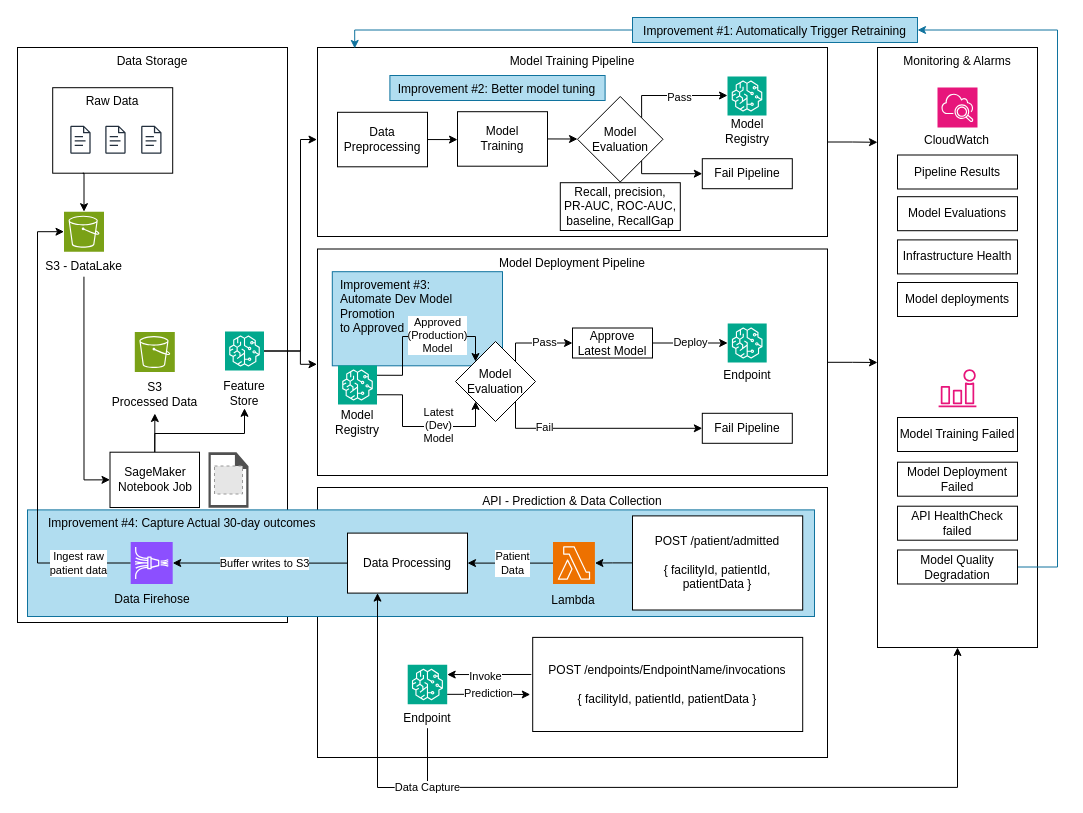
Earlier version of the draw.io diagram System-Architecture.drawio (Group5-AAI540-MachineLearningOperations/diabetes-readmission-prediction). Source tidied: cells renumbered, new cells numbered last; positions are measured from the earlier drawing's top-left corner, leaving out a move shared by most shapes. Both pictures are drawn from the tidied source at 100%, with x=0, y=0 at pixel (17, 17). Pictures stored in the file or linked from it are replaced by grey dashed boxes.
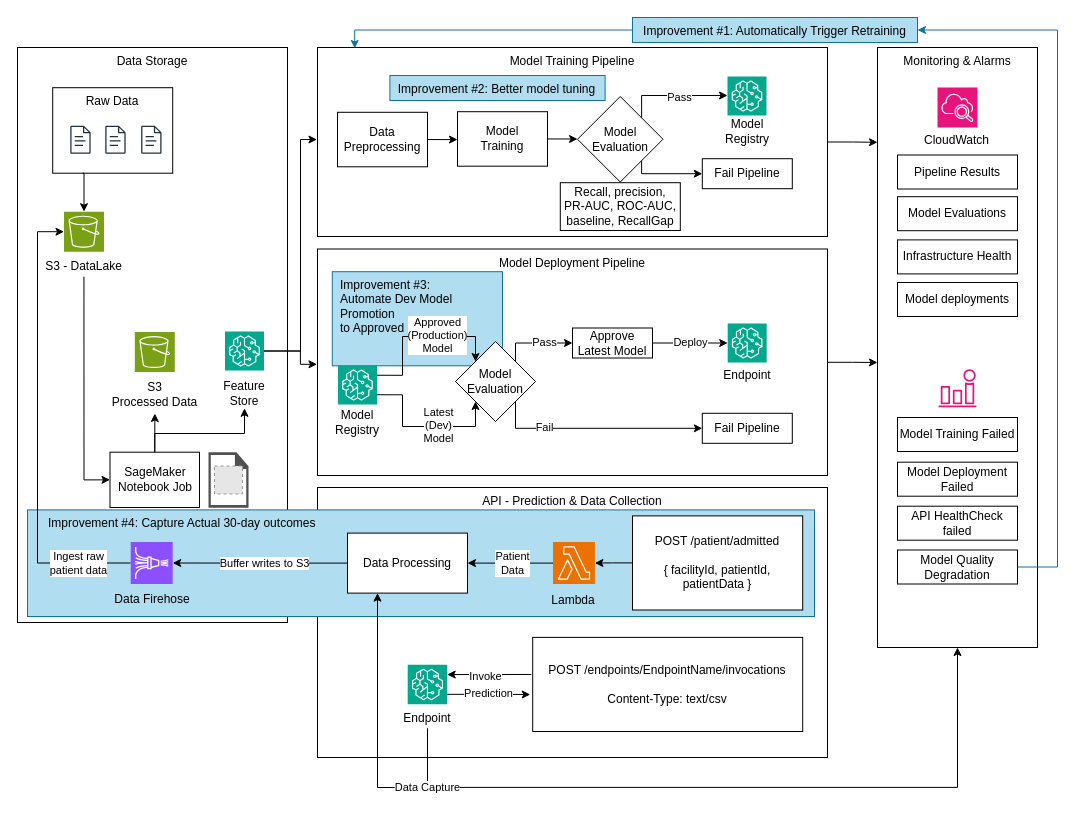
The same page after the edit.

Commit message (it also covers changes not shown here):
Update architecture diagram

What changed in the source:
```diff
@@
-    <mxCell id="65" value="POST /endpoints/EndpointName/invocations&lt;br&gt;&lt;br&gt;{ facilityId, patientId, patientData }" style="rounded=0;whiteSpace=wrap;html=1;" parent="1" vertex="1">
+    <mxCell id="65" value="POST /endpoints/EndpointName/invocations&lt;br&gt;&lt;br&gt;Content-Type: text/csv" style="rounded=0;whiteSpace=wrap;html=1;" parent="1" vertex="1">
       <mxGeometry x="515.2" y="619.9" width="270" height="94.1" as="geometry" />
     </mxCell>
```
